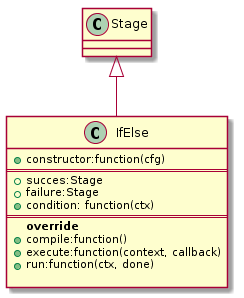
The PlantUML diagram pics/stages/IfElse/class.png in vedmalex/pipeline.js, before a commit.
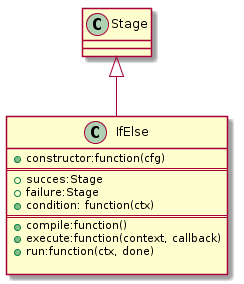
The same diagram one commit later.

Diff of the diagram source:
```diff
@@ -8,7 +8,6 @@
 		+failure:Stage
 		+condition: function(ctx)
 ===
-		**override**
 		+compile:function()
 		+execute:function(context, callback)
 		+run:function(ctx, done)
```
